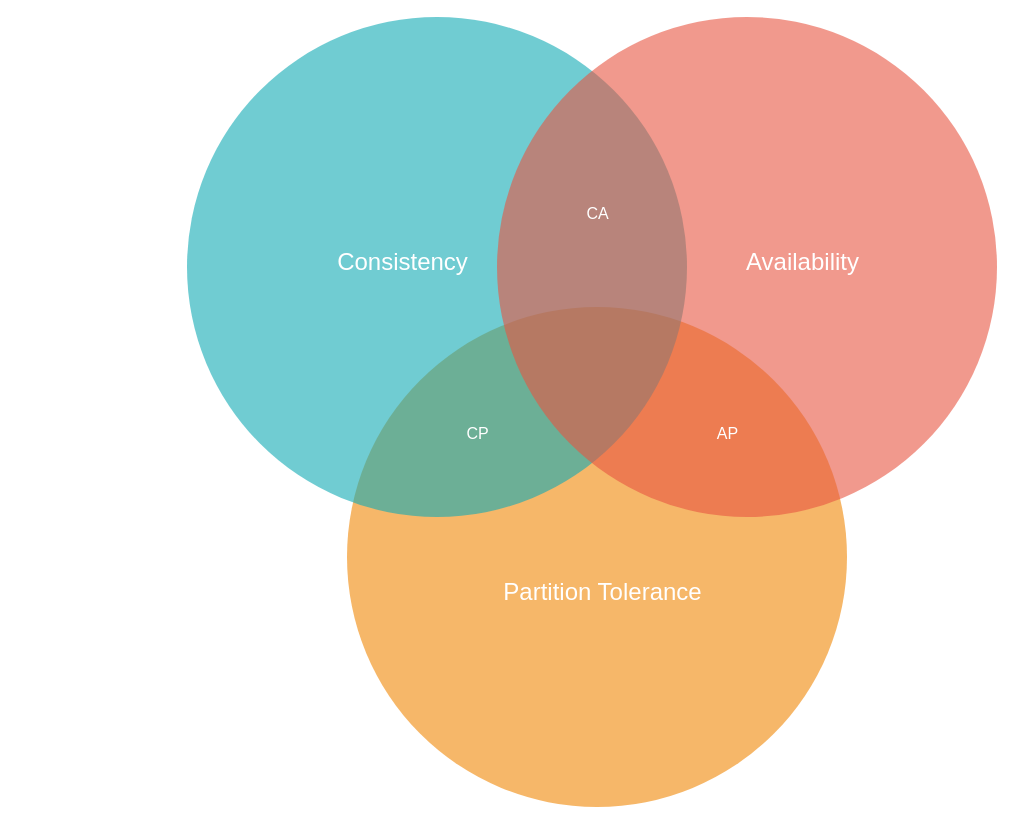
This is Untitled Diagram.drawio from jayanthkmr/architecture-diagrams, a draw.io file, before an edit. Source tidied: cells renumbered, new cells numbered last; positions are measured from the earlier drawing's top-left corner, leaving out a move shared by most shapes. Both pictures are drawn from the tidied source at 100%, with x=0, y=0 at pixel (187, 16).
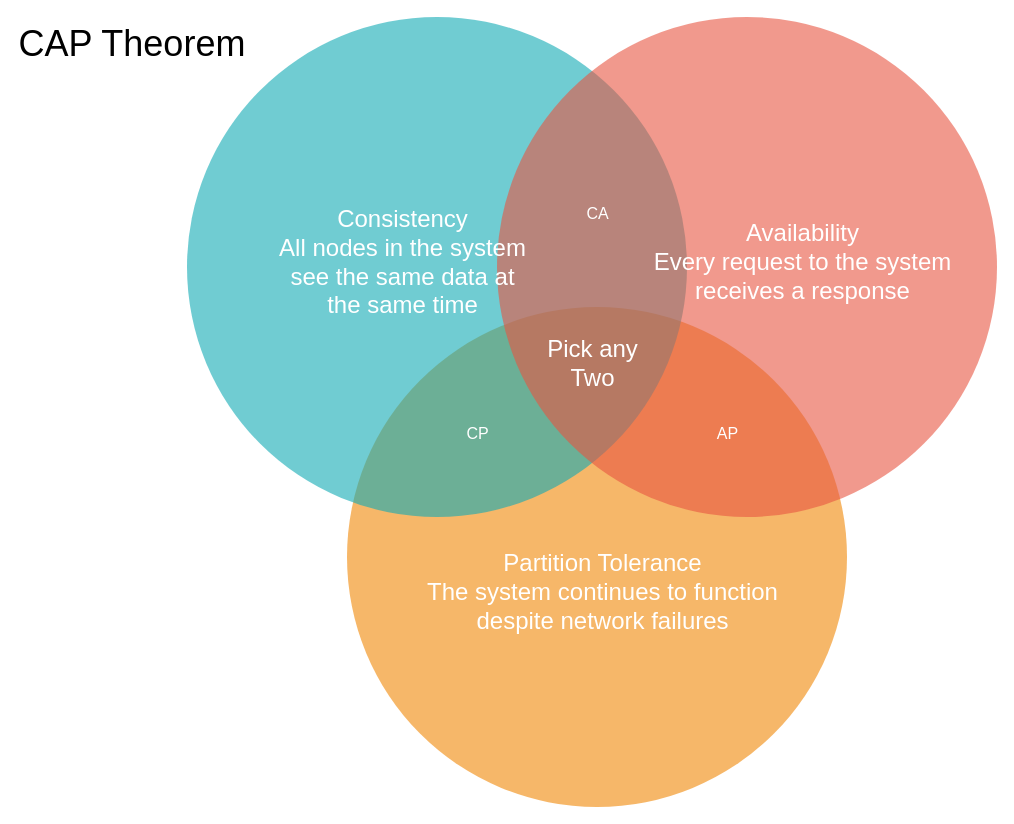
Above is the later version.

Diff of the diagram source:
```diff
@@
 <mxGraphModel>
   <root>
     <mxCell id="0" />
     <mxCell id="1" parent="0" />
     <mxCell id="2" style="ellipse;fillColor=#F08705;opacity=60;strokeColor=none;html=1;fontColor=#FFFFFF;" parent="1" vertex="1">
       <mxGeometry x="159.5" y="290.5" width="500" height="500" as="geometry" />
     </mxCell>
     <mxCell id="3" style="ellipse;fillColor=#12AAB5;opacity=60;strokeColor=none;html=1;fontColor=#FFFFFF;" parent="1" vertex="1">
       <mxGeometry x="-0.5" y="0.5" width="500" height="500" as="geometry" />
     </mxCell>
     <mxCell id="4" style="ellipse;fillColor=#e85642;opacity=60;strokeColor=none;html=1;fontColor=#FFFFFF;" parent="1" vertex="1">
       <mxGeometry x="309.5" y="0.5" width="500" height="500" as="geometry" />
     </mxCell>
-    <mxCell id="5" value="Consistency" style="text;fontSize=24;align=center;verticalAlign=middle;html=1;fontColor=#FFFFFF;" parent="1" vertex="1">
+    <mxCell id="5" value="Consistency&lt;br&gt;All nodes in the system &lt;br&gt;see the same data at &lt;br&gt;the same time" style="text;fontSize=24;align=center;verticalAlign=middle;html=1;fontColor=#FFFFFF;" parent="1" vertex="1">
       <mxGeometry x="119.5" y="210.5" width="190" height="70" as="geometry" />
     </mxCell>
-    <mxCell id="6" value="Availability" style="text;fontSize=24;align=center;verticalAlign=middle;html=1;fontColor=#FFFFFF;" parent="1" vertex="1">
+    <mxCell id="6" value="Availability&lt;br&gt;Every request to the system &lt;br&gt;receives a response" style="text;fontSize=24;align=center;verticalAlign=middle;html=1;fontColor=#FFFFFF;" parent="1" vertex="1">
       <mxGeometry x="519.5" y="210.5" width="190" height="70" as="geometry" />
     </mxCell>
-    <mxCell id="7" value="Partition Tolerance" style="text;fontSize=24;align=center;verticalAlign=middle;html=1;fontColor=#FFFFFF;" parent="1" vertex="1">
+    <mxCell id="7" value="Partition Tolerance&lt;br&gt;The system continues to function &lt;br&gt;despite network failures" style="text;fontSize=24;align=center;verticalAlign=middle;html=1;fontColor=#FFFFFF;" parent="1" vertex="1">
       <mxGeometry x="319.5" y="540.5" width="190" height="70" as="geometry" />
     </mxCell>
     <mxCell id="8" value="CA" style="text;align=center;html=1;fontColor=#FFFFFF;fontSize=16;" parent="1" vertex="1">
       <mxGeometry x="389.5" y="180.5" width="40" height="40" as="geometry" />
     </mxCell>
     <mxCell id="9" value="CP" style="text;align=center;html=1;fontColor=#FFFFFF;fontSize=16;" parent="1" vertex="1">
       <mxGeometry x="269.5" y="400.5" width="40" height="40" as="geometry" />
     </mxCell>
     <mxCell id="10" value="AP" style="text;align=center;html=1;fontColor=#FFFFFF;fontSize=16;" parent="1" vertex="1">
       <mxGeometry x="519.5" y="400.5" width="40" height="40" as="geometry" />
     </mxCell>
+    <mxCell id="11" value="Pick any &lt;br&gt;Two" style="text;fontSize=24;align=center;verticalAlign=middle;html=1;fontColor=#FFFFFF;" parent="1" vertex="1">
+      <mxGeometry x="310" y="322" width="190" height="50" as="geometry" />
+    </mxCell>
+    <mxCell id="12" value="&lt;font style=&quot;font-size: 36px;&quot;&gt;CAP Theorem&lt;/font&gt;" style="text;html=1;strokeColor=none;fillColor=none;align=center;verticalAlign=middle;whiteSpace=wrap;rounded=0;" parent="1" vertex="1">
+      <mxGeometry x="-170" y="1" width="230" height="51" as="geometry" />
+    </mxCell>
   </root>
 </mxGraphModel>
```
